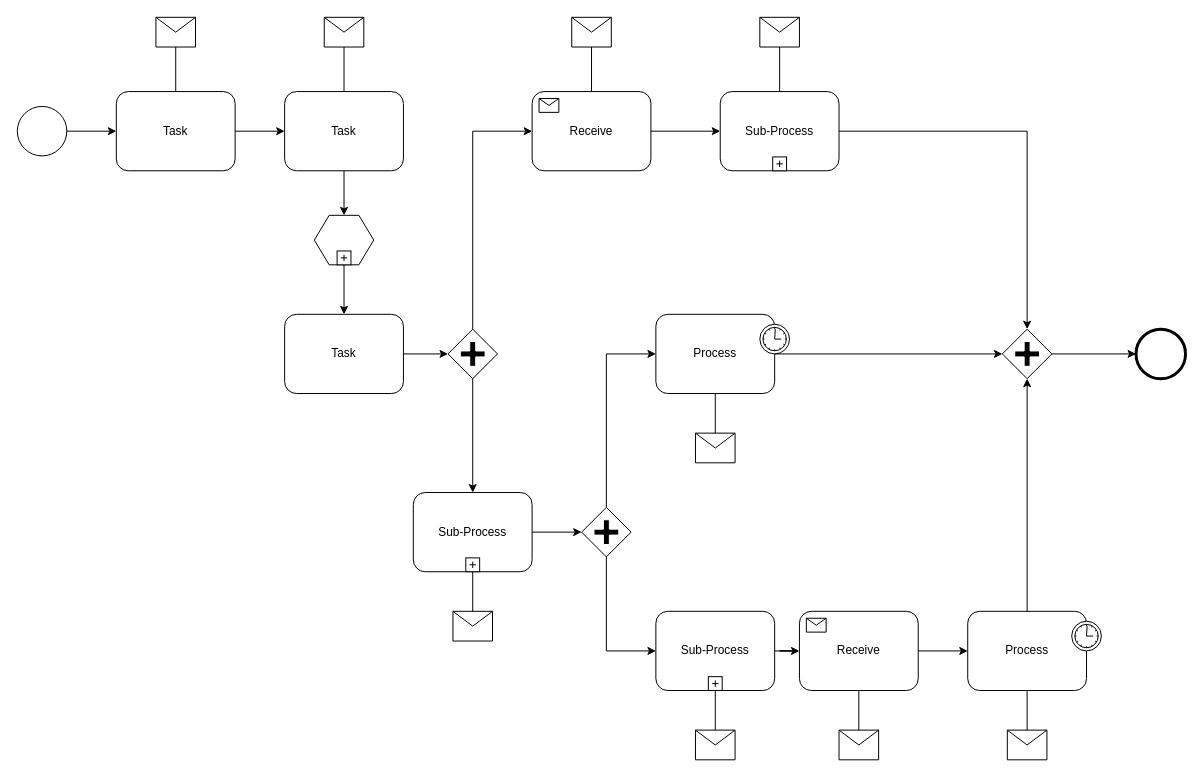
This is BPMN Diagram.drawio from Arisa-Ndreu/test, a draw.io file, before an edit. Source tidied: cells renumbered, new cells numbered last; positions are measured from the earlier drawing's top-left corner, leaving out a move shared by most shapes. Both pictures are drawn from the tidied source at 99%, with x=0, y=0 at pixel (17, 17).
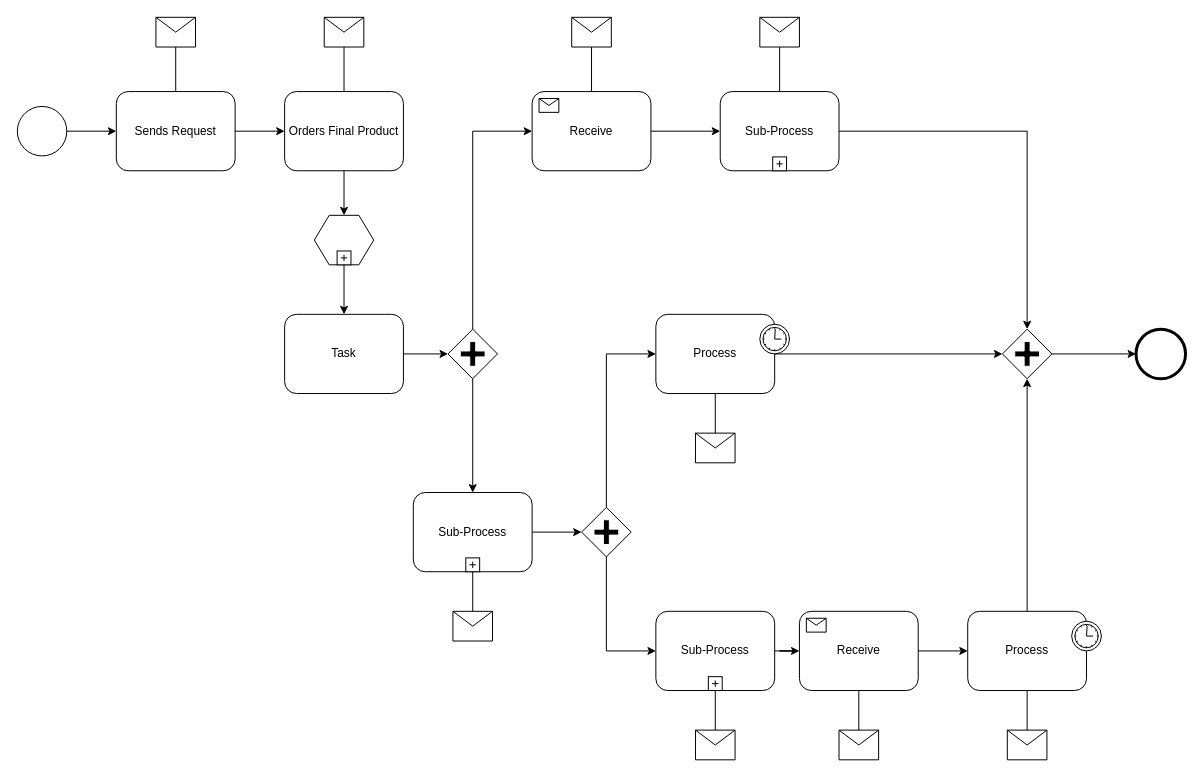
The same page after the edit.

Diff of the diagram source:
```diff
@@
-    <mxCell id="3" value="Task" style="shape=ext;rounded=1;html=1;whiteSpace=wrap;" parent="1" vertex="1">
+    <mxCell id="3" value="Sends Request" style="shape=ext;rounded=1;html=1;whiteSpace=wrap;" parent="1" vertex="1">
       <mxGeometry x="100" y="75" width="120" height="80" as="geometry" />
     </mxCell>
-    <mxCell id="4" value="Task" style="shape=ext;rounded=1;html=1;whiteSpace=wrap;" parent="1" vertex="1">
+    <mxCell id="4" value="Orders Final Product" style="shape=ext;rounded=1;html=1;whiteSpace=wrap;" parent="1" vertex="1">
       <mxGeometry x="270" y="75" width="120" height="80" as="geometry" />
     </mxCell>
```
